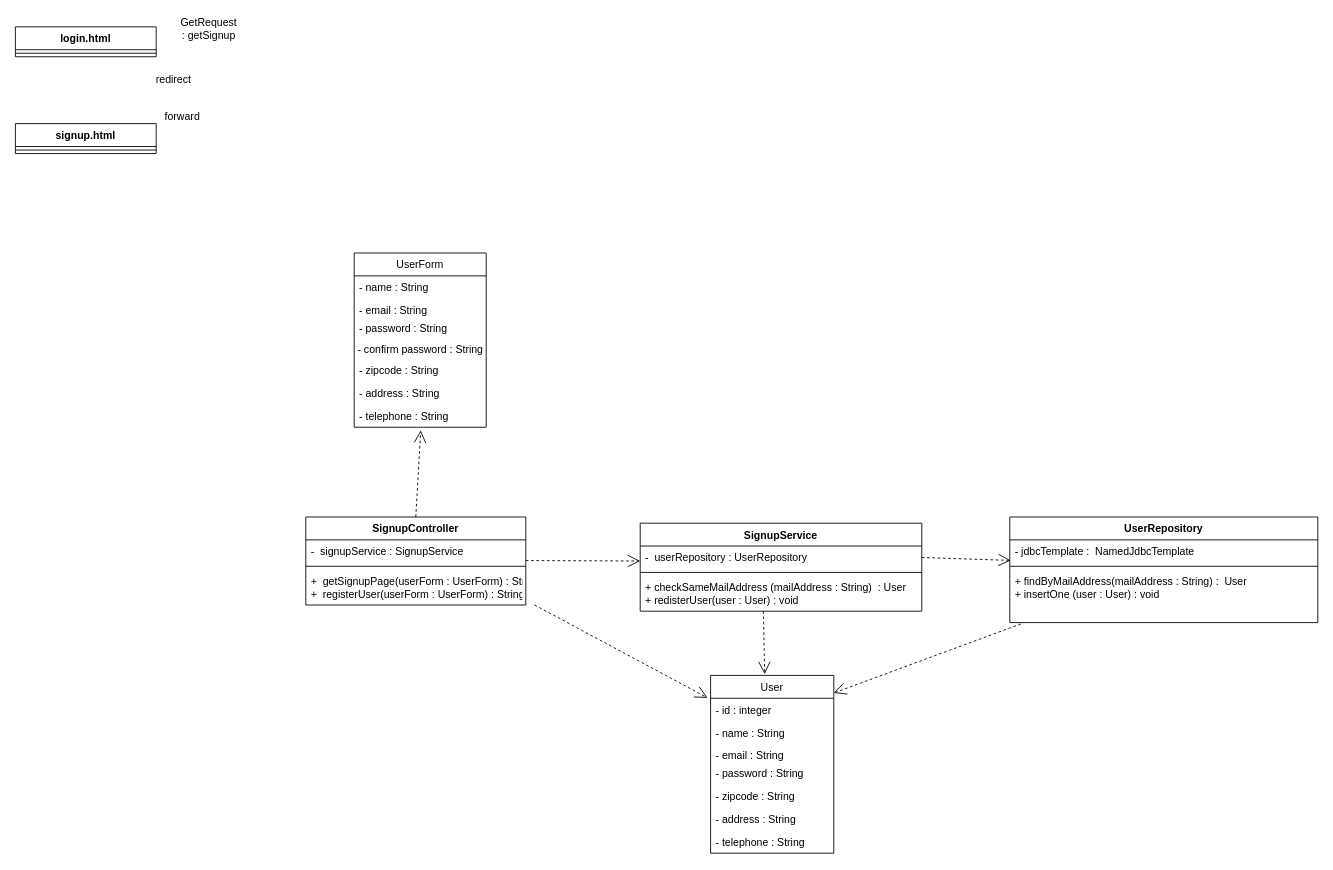
iyamuu/ec-202204c keeps this draw.io diagram as page "1-1. ユーザを登録する" (2 of 7) of document/test.drawio. Above is the earlier version. Source tidied: cells renumbered, new cells numbered last; positions are measured from the earlier drawing's top-left corner, leaving out a move shared by most shapes. Both pictures are drawn from the tidied source at 88%, with x=0, y=0 at pixel (15, 15).
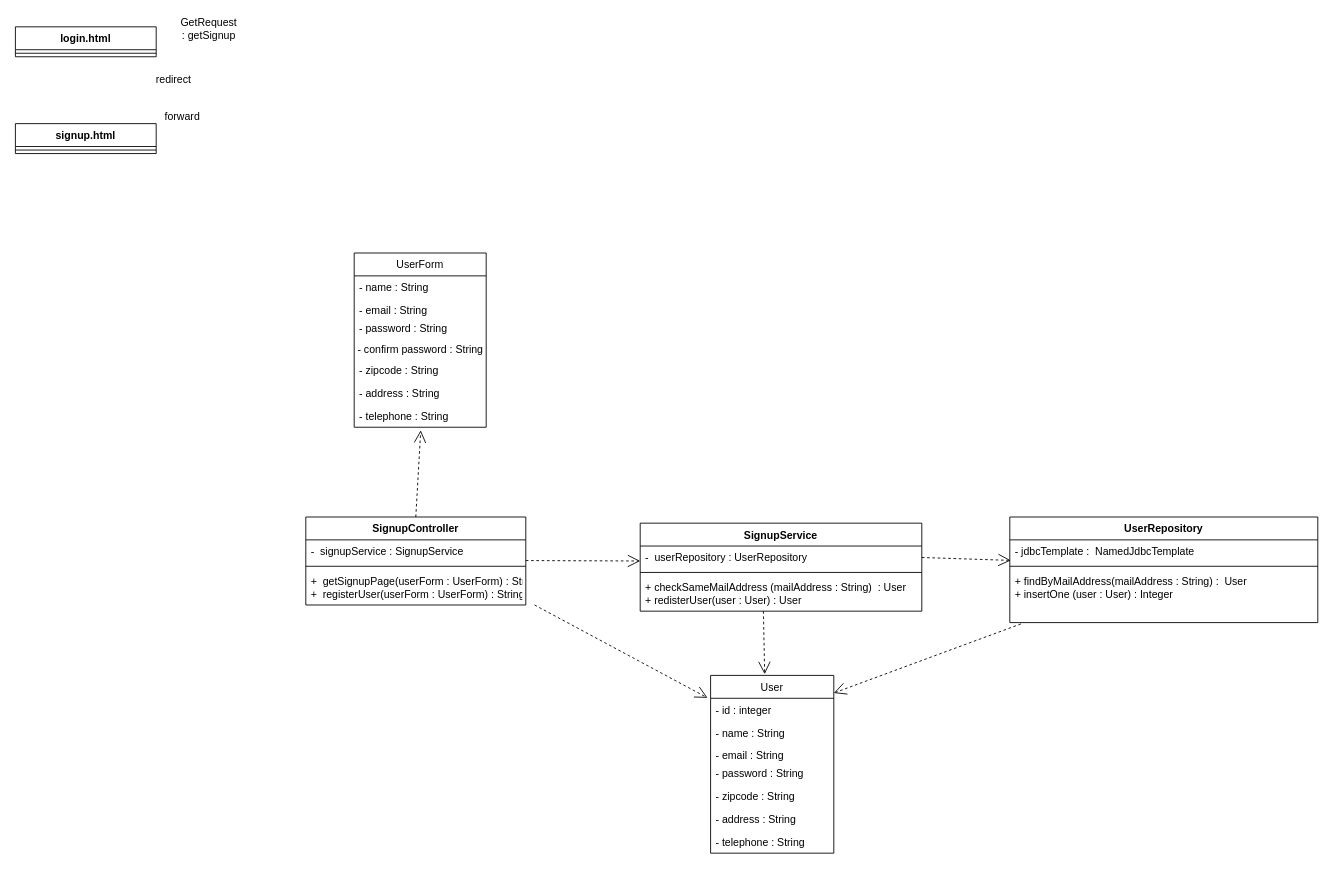
Above is the later version.

Unchanged cells that the change refers to:
```xml
<mxCell id="6" value="SignupService" style="swimlane;fontStyle=1;align=center;verticalAlign=top;horizontal=1;startSize=26;" parent="1" vertex="1">
  <mxGeometry x="710" y="577" width="320" height="100" as="geometry" />
</mxCell>
<mxCell id="11" value="UserRepository" style="swimlane;fontStyle=1;align=center;verticalAlign=top;horizontal=1;startSize=26;" parent="1" vertex="1">
  <mxGeometry x="1130" y="570" width="350" height="120" as="geometry" />
</mxCell>
```

Change to the diagram source:
```diff
@@
-    <mxCell id="9" value="+ checkSameMailAddress (mailAddress : String)  : User&#10;+ redisterUser(user : User) : void" style="text;strokeColor=none;fillColor=none;align=left;verticalAlign=top;spacingLeft=4;spacingRight=4;overflow=hidden;" parent="6" vertex="1">
+    <mxCell id="9" value="+ checkSameMailAddress (mailAddress : String)  : User&#10;+ redisterUser(user : User) : User" style="text;strokeColor=none;fillColor=none;align=left;verticalAlign=top;spacingLeft=4;spacingRight=4;overflow=hidden;" parent="6" vertex="1">
       <mxGeometry y="60" width="320" height="40" as="geometry" />
     </mxCell>
@@
-    <mxCell id="14" value="+ findByMailAddress(mailAddress : String) :  User&#10;+ insertOne (user : User) : void " style="text;strokeColor=none;fillColor=none;align=left;verticalAlign=top;spacingLeft=4;spacingRight=4;overflow=hidden;points=[[0,0.5],[1,0.5]];portConstraint=eastwest;" parent="11" vertex="1">
+    <mxCell id="14" value="+ findByMailAddress(mailAddress : String) :  User&#10;+ insertOne (user : User) : Integer" style="text;strokeColor=none;fillColor=none;align=left;verticalAlign=top;spacingLeft=4;spacingRight=4;overflow=hidden;points=[[0,0.5],[1,0.5]];portConstraint=eastwest;" parent="11" vertex="1">
       <mxGeometry y="60" width="350" height="60" as="geometry" />
     </mxCell>
```
